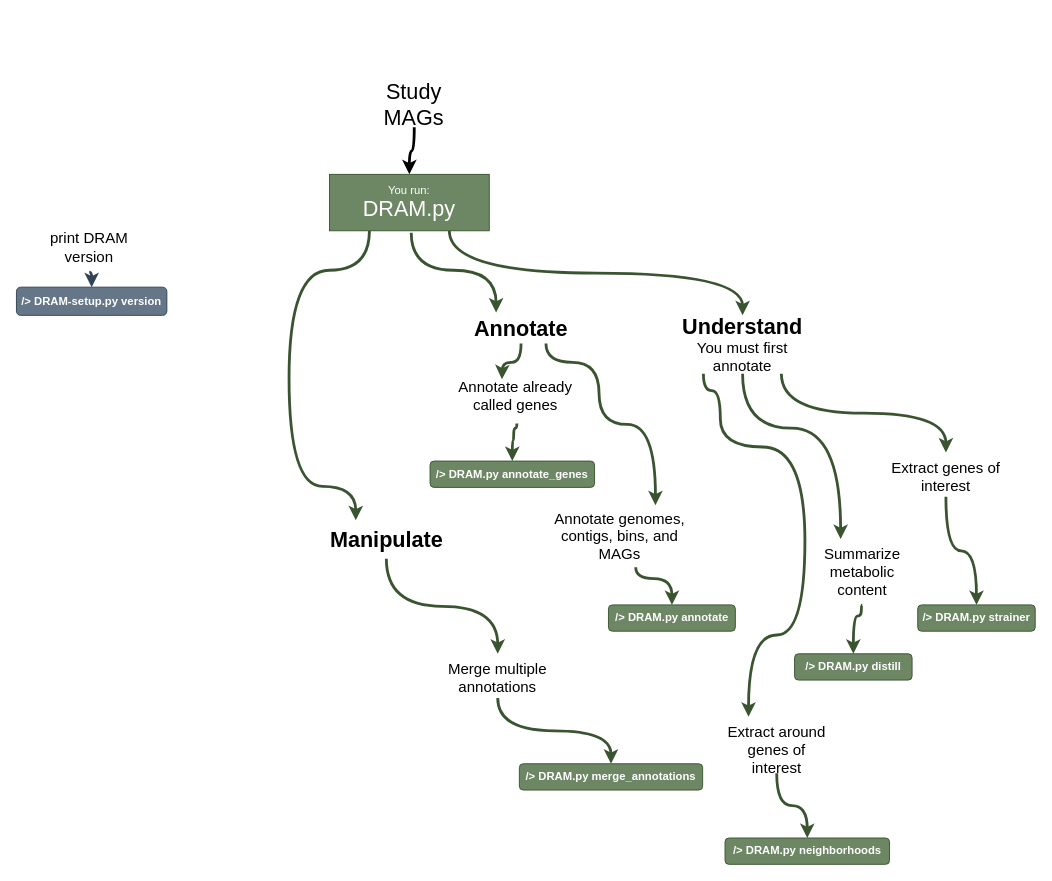
BioRRW/DRAM2 keeps this draw.io diagram as page "Page-1" (1 of 2) of images/dram2_comand_flow.drawio. Above is the earlier version. Source tidied: cells renumbered, new cells numbered last; positions are measured from the earlier drawing's top-left corner, leaving out a move shared by most shapes. Both pictures are drawn from the tidied source at 94%, with x=0, y=0 at pixel (16, 82).
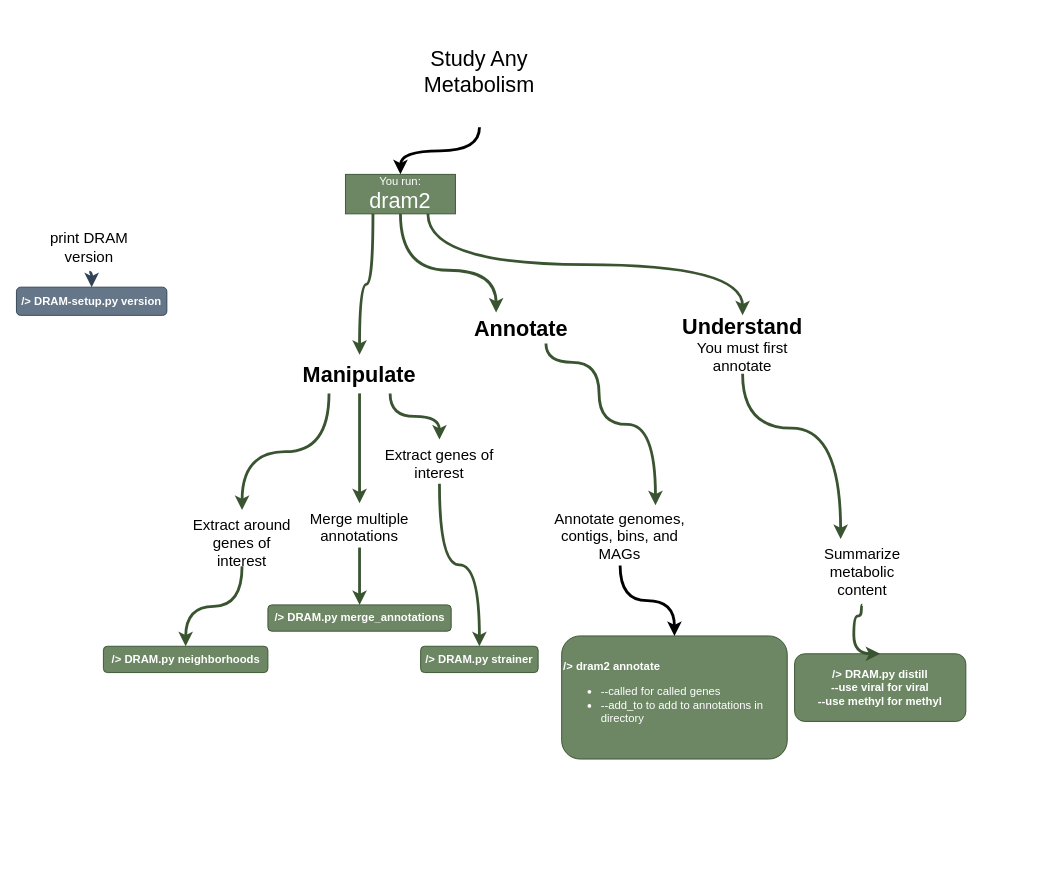
Above is the later version.

Unchanged cells that the change refers to:
```xml
<mxCell id="19" value="&lt;div align=&quot;center&quot;&gt;Annotate genomes, contigs, bins, and MAGs&lt;/div&gt;" style="text;whiteSpace=wrap;html=1;fontSize=16;align=center;" parent="1" vertex="1">
  <mxGeometry x="560.2" y="448" width="164" height="66" as="geometry" />
</mxCell>
<mxCell id="24" value="&lt;font style=&quot;font-size: 23px;&quot;&gt;&lt;b&gt;Annotate&lt;/b&gt;&lt;/font&gt;" style="text;html=1;strokeColor=none;fillColor=none;align=center;verticalAlign=middle;whiteSpace=wrap;rounded=0;fontSize=16;" parent="1" vertex="1">
  <mxGeometry x="483.8" y="245" width="106" height="33" as="geometry" />
</mxCell>
<mxCell id="28" value="&lt;div&gt;&lt;font style=&quot;font-size: 23px;&quot;&gt;&lt;b&gt;Understand&lt;/b&gt;&lt;/font&gt;&lt;/div&gt;You must first annotate" style="text;html=1;strokeColor=none;fillColor=none;align=center;verticalAlign=middle;whiteSpace=wrap;rounded=0;fontSize=16;" parent="1" vertex="1">
  <mxGeometry x="690" y="248" width="165" height="62" as="geometry" />
</mxCell>
```

Diff of the diagram source:
```diff
@@
-    <mxCell id="4" value="&lt;font style=&quot;font-size: 23px;&quot;&gt;Study MAGs&lt;/font&gt;" style="text;html=1;strokeColor=none;fillColor=none;align=center;verticalAlign=middle;whiteSpace=wrap;rounded=0;" parent="1" vertex="1">
-      <mxGeometry x="385.2" width="76" height="48" as="geometry" />
+    <mxCell id="4" value="&lt;font style=&quot;font-size: 23px;&quot;&gt;Study Any Metabolism&lt;br&gt;&lt;/font&gt;" style="text;html=1;strokeColor=none;fillColor=none;align=center;verticalAlign=middle;whiteSpace=wrap;rounded=0;" parent="1" vertex="1">
+      <mxGeometry x="385.2" y="-70" width="214.8" height="118" as="geometry" />
     </mxCell>
-    <mxCell id="5" style="edgeStyle=orthogonalEdgeStyle;curved=1;rounded=0;jettySize=auto;html=1;strokeWidth=3;fontSize=23;fillColor=#6d8764;strokeColor=#3A5431;entryX=0.25;entryY=0;entryDx=0;entryDy=0;" parent="1" edge="1" target="24">
+    <mxCell id="5" style="edgeStyle=orthogonalEdgeStyle;curved=1;rounded=0;jettySize=auto;html=1;strokeWidth=3;fontSize=23;fillColor=#6d8764;strokeColor=#3A5431;entryX=0.25;entryY=0;entryDx=0;entryDy=0;exitX=0.5;exitY=1;exitDx=0;exitDy=0;" parent="1" edge="1" source="8" target="24">
       <mxGeometry relative="1" as="geometry">
-        <mxPoint x="420" y="160" as="sourcePoint" />
         <Array as="points">
-          <mxPoint x="420" y="200" />
+          <mxPoint x="409" y="200" />
           <mxPoint x="510" y="200" />
         </Array>
       </mxGeometry>
     </mxCell>
@@
-    <mxCell id="7" style="edgeStyle=orthogonalEdgeStyle;curved=1;rounded=0;jettySize=auto;html=1;exitX=0.25;exitY=1;exitDx=0;exitDy=0;entryX=0.25;entryY=0;entryDx=0;entryDy=0;strokeWidth=3;fontSize=23;fillColor=#6d8764;strokeColor=#3A5431;" parent="1" edge="1" source="8" target="30">
-      <mxGeometry relative="1" as="geometry">
-        <Array as="points">
-          <mxPoint x="376" y="200" />
-          <mxPoint x="290" y="200" />
-          <mxPoint x="290" y="430" />
-          <mxPoint x="361" y="430" />
-        </Array>
-      </mxGeometry>
+    <mxCell id="7" style="edgeStyle=orthogonalEdgeStyle;curved=1;jettySize=auto;html=1;exitX=0.25;exitY=1;exitDx=0;exitDy=0;strokeWidth=3;fillColor=#6d8764;strokeColor=#3A5431;" parent="1" edge="1" source="8" target="30">
+      <mxGeometry relative="1" as="geometry" />
     </mxCell>
-    <mxCell id="8" value="&lt;div&gt;You run:&lt;/div&gt;&lt;div style=&quot;font-size: 23px;&quot;&gt;DRAM.py&lt;br&gt;&lt;/div&gt;" style="rounded=0;whiteSpace=wrap;html=1;fillColor=#6d8764;fontColor=#ffffff;strokeColor=#3A5431;" parent="1" vertex="1">
-      <mxGeometry x="333" y="98" width="170" height="60" as="geometry" />
+    <mxCell id="8" value="&lt;div&gt;You run:&lt;/div&gt;&lt;div style=&quot;font-size: 23px;&quot;&gt;dram2&lt;br&gt;&lt;/div&gt;" style="rounded=0;whiteSpace=wrap;html=1;fillColor=#6d8764;fontColor=#ffffff;strokeColor=#3A5431;" parent="1" vertex="1">
+      <mxGeometry x="350" y="98" width="117" height="42" as="geometry" />
     </mxCell>
@@
-    <mxCell id="12" value="&lt;b&gt;/&amp;gt; DRAM.py annotate&lt;/b&gt;" style="rounded=1;whiteSpace=wrap;html=1;fillColor=#6d8764;fontColor=#ffffff;strokeColor=#3A5431;" parent="1" vertex="1">
-      <mxGeometry x="629.8" y="556" width="135" height="28" as="geometry" />
+    <mxCell id="12" value="&lt;div align=&quot;left&quot;&gt;&lt;b&gt;/&amp;gt; dram2 annotate&lt;/b&gt;&lt;br&gt;&lt;/div&gt;&lt;ul&gt;&lt;li&gt; --called for called genes&lt;/li&gt;&lt;li&gt;--add_to to add to annotations in directory &lt;/li&gt;&lt;/ul&gt;" style="rounded=1;whiteSpace=wrap;html=1;fillColor=#6d8764;fontColor=#ffffff;strokeColor=#3A5431;align=left;" parent="1" vertex="1">
+      <mxGeometry x="580" y="589" width="240" height="131" as="geometry" />
     </mxCell>
-    <mxCell id="13" value="&lt;b&gt;/&amp;gt; DRAM.py annotate_genes&lt;/b&gt;" style="rounded=1;whiteSpace=wrap;html=1;fillColor=#6d8764;fontColor=#ffffff;strokeColor=#3A5431;" parent="1" vertex="1">
-      <mxGeometry x="440" y="403" width="175" height="28" as="geometry" />
-    </mxCell>
-    <mxCell id="14" value="&lt;b&gt;/&amp;gt; DRAM.py distill&lt;/b&gt;" style="rounded=1;whiteSpace=wrap;html=1;fillColor=#6d8764;fontColor=#ffffff;strokeColor=#3A5431;" parent="1" vertex="1">
-      <mxGeometry x="827.8" y="608" width="125" height="28" as="geometry" />
+    <mxCell id="14" value="&lt;div&gt;&lt;b&gt;/&amp;gt; DRAM.py distill&lt;/b&gt;&lt;/div&gt;&lt;div&gt;&lt;b&gt;--use viral for viral&lt;/b&gt;&lt;/div&gt;&lt;div&gt;&lt;b&gt;--use methyl for methyl&lt;br&gt;&lt;/b&gt;&lt;/div&gt;" style="rounded=1;whiteSpace=wrap;html=1;fillColor=#6d8764;fontColor=#ffffff;strokeColor=#3A5431;" parent="1" vertex="1">
+      <mxGeometry x="827.8" y="608" width="182.2" height="72" as="geometry" />
     </mxCell>
     <mxCell id="15" value="&lt;b&gt;/&amp;gt; DRAM.py strainer&lt;/b&gt;" style="rounded=1;whiteSpace=wrap;html=1;fillColor=#6d8764;fontColor=#ffffff;strokeColor=#3A5431;" parent="1" vertex="1">
-      <mxGeometry x="958.8" y="556" width="125" height="28" as="geometry" />
+      <mxGeometry x="430" y="600" width="125" height="28" as="geometry" />
     </mxCell>
     <mxCell id="16" value="&lt;b&gt;/&amp;gt; DRAM.py neighborhoods&lt;/b&gt;" style="rounded=1;whiteSpace=wrap;html=1;fillColor=#6d8764;fontColor=#ffffff;strokeColor=#3A5431;" parent="1" vertex="1">
-      <mxGeometry x="753.8" y="804" width="175" height="28" as="geometry" />
+      <mxGeometry x="92.5" y="600" width="175" height="28" as="geometry" />
     </mxCell>
     <mxCell id="17" value="&lt;b&gt;/&amp;gt; DRAM.py merge_annotations&lt;/b&gt;" style="rounded=1;whiteSpace=wrap;html=1;fillColor=#6d8764;fontColor=#ffffff;strokeColor=#3A5431;" parent="1" vertex="1">
-      <mxGeometry x="535" y="725" width="195" height="28" as="geometry" />
+      <mxGeometry x="267.5" y="556" width="195" height="28" as="geometry" />
     </mxCell>
-    <mxCell id="18" style="edgeStyle=orthogonalEdgeStyle;curved=1;rounded=0;jettySize=auto;html=1;exitX=0.5;exitY=1;exitDx=0;exitDy=0;entryX=0.5;entryY=0;entryDx=0;entryDy=0;strokeWidth=3;fontSize=23;fillColor=#6d8764;strokeColor=#3A5431;" parent="1" edge="1" target="12">
-      <mxGeometry relative="1" as="geometry">
-        <mxPoint x="658.8" y="516" as="sourcePoint" />
-        <Array as="points">
-          <mxPoint x="659" y="528" />
-          <mxPoint x="697" y="528" />
-        </Array>
-      </mxGeometry>
-    </mxCell>
+    <mxCell id="39" style="edgeStyle=orthogonalEdgeStyle;curved=1;jettySize=auto;html=1;exitX=0.5;exitY=1;exitDx=0;exitDy=0;strokeWidth=3;" parent="1" edge="1" source="19" target="12">
+      <mxGeometry relative="1" as="geometry" />
+    </mxCell>
@@
-    <mxCell id="20" style="edgeStyle=orthogonalEdgeStyle;curved=1;rounded=0;jettySize=auto;html=1;entryX=0.5;entryY=0;entryDx=0;entryDy=0;strokeWidth=3;fontSize=23;fillColor=#6d8764;strokeColor=#3A5431;exitX=0.611;exitY=1.022;exitDx=0;exitDy=0;exitPerimeter=0;" parent="1" edge="1" target="13">
-      <mxGeometry relative="1" as="geometry">
-        <mxPoint x="532.4" y="363" as="sourcePoint" />
-        <Array as="points">
-          <mxPoint x="532" y="368" />
-          <mxPoint x="529" y="368" />
-          <mxPoint x="529" y="381" />
-          <mxPoint x="528" y="381" />
-        </Array>
-      </mxGeometry>
-    </mxCell>
-    <mxCell id="21" value="&lt;div align=&quot;center&quot;&gt;Annotate already called genes&lt;/div&gt;" style="text;whiteSpace=wrap;html=1;fontSize=16;align=center;" parent="1" vertex="1">
-      <mxGeometry x="458.5" y="308" width="143.5" height="46" as="geometry" />
-    </mxCell>
-    <mxCell id="22" style="edgeStyle=orthogonalEdgeStyle;curved=1;rounded=0;jettySize=auto;html=1;exitX=0.5;exitY=1;exitDx=0;exitDy=0;entryX=0.5;entryY=0;entryDx=0;entryDy=0;strokeWidth=3;fontSize=23;fillColor=#6d8764;strokeColor=#3A5431;" parent="1" edge="1" source="24">
-      <mxGeometry relative="1" as="geometry">
-        <mxPoint x="516.5" y="316" as="targetPoint" />
-      </mxGeometry>
-    </mxCell>
@@
-    <mxCell id="26" style="edgeStyle=orthogonalEdgeStyle;curved=1;rounded=0;jettySize=auto;html=1;strokeWidth=3;fontSize=23;entryX=0.25;entryY=0;entryDx=0;entryDy=0;fillColor=#6d8764;strokeColor=#3A5431;" parent="1" edge="1" source="28" target="34">
-      <mxGeometry relative="1" as="geometry">
-        <Array as="points">
-          <mxPoint x="730.8" y="328" />
-          <mxPoint x="748.8" y="328" />
-          <mxPoint x="748.8" y="388" />
-          <mxPoint x="838.8" y="388" />
-          <mxPoint x="838.8" y="588" />
-          <mxPoint x="778.8" y="588" />
-        </Array>
-      </mxGeometry>
-    </mxCell>
-    <mxCell id="27" style="edgeStyle=orthogonalEdgeStyle;curved=1;rounded=0;jettySize=auto;html=1;exitX=0.75;exitY=1;exitDx=0;exitDy=0;strokeWidth=3;fontSize=23;fillColor=#6d8764;strokeColor=#3A5431;" parent="1" edge="1" source="28" target="36">
+    <mxCell id="27" style="edgeStyle=orthogonalEdgeStyle;curved=1;rounded=0;jettySize=auto;html=1;exitX=0.75;exitY=1;exitDx=0;exitDy=0;strokeWidth=3;fontSize=23;fillColor=#6d8764;strokeColor=#3A5431;" parent="1" edge="1" source="30" target="36">
       <mxGeometry relative="1" as="geometry" />
     </mxCell>
@@
+    <mxCell id="40" style="edgeStyle=orthogonalEdgeStyle;jettySize=auto;html=1;exitX=0.25;exitY=1;exitDx=0;exitDy=0;entryX=0.5;entryY=0;entryDx=0;entryDy=0;curved=1;strokeWidth=3;fillColor=#6d8764;strokeColor=#3A5431;" parent="1" edge="1" source="30" target="34">
+      <mxGeometry relative="1" as="geometry" />
+    </mxCell>
     <mxCell id="30" value="&lt;b&gt;Manipulate&lt;/b&gt;" style="text;html=1;strokeColor=none;fillColor=none;align=center;verticalAlign=middle;whiteSpace=wrap;rounded=0;fontSize=23;" parent="1" vertex="1">
-      <mxGeometry x="328.5" y="466" width="130" height="41" as="geometry" />
+      <mxGeometry x="300" y="290" width="130" height="41" as="geometry" />
     </mxCell>
@@
     <mxCell id="34" value="&lt;div align=&quot;center&quot;&gt;Extract around genes of interest&lt;/div&gt;" style="text;whiteSpace=wrap;html=1;fontSize=16;align=center;" parent="1" vertex="1">
-      <mxGeometry x="748.8" y="675" width="120" height="60" as="geometry" />
+      <mxGeometry x="180" y="455" width="120" height="60" as="geometry" />
     </mxCell>
@@
     <mxCell id="36" value="&lt;div align=&quot;center&quot;&gt;Extract genes of interest&lt;/div&gt;" style="text;whiteSpace=wrap;html=1;fontSize=16;align=center;" parent="1" vertex="1">
-      <mxGeometry x="928.8" y="394" width="120" height="47" as="geometry" />
+      <mxGeometry x="390" y="380" width="120" height="47" as="geometry" />
     </mxCell>
@@
     <mxCell id="38" value="&lt;div align=&quot;center&quot;&gt;Merge multiple annotations&lt;/div&gt;" style="text;whiteSpace=wrap;html=1;fontSize=16;align=center;" parent="1" vertex="1">
-      <mxGeometry x="452" y="608" width="120" height="47" as="geometry" />
+      <mxGeometry x="305" y="448" width="120" height="47" as="geometry" />
     </mxCell>
```
